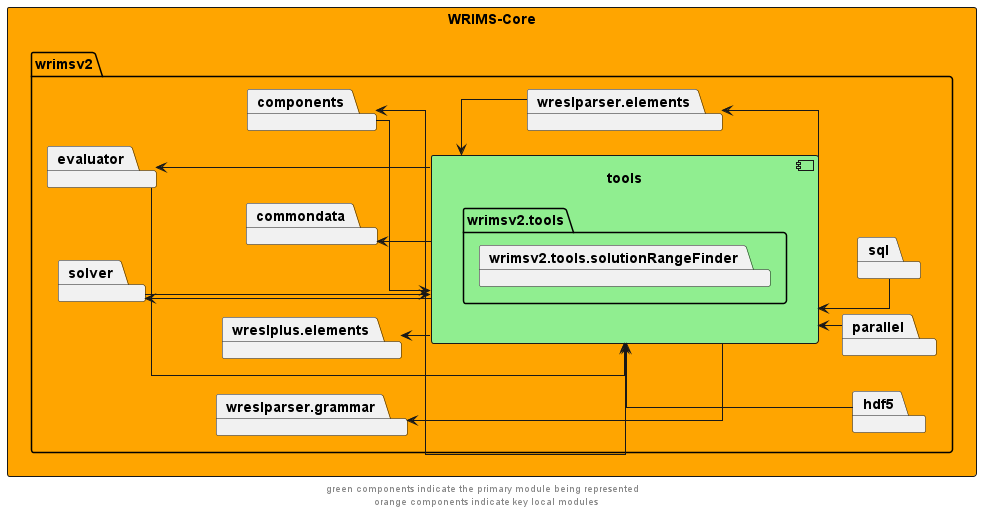
The PlantUML diagram docs/diagrams/wrims-core/wrims-core_tools.png in CentralValleyModeling/wrims, before a commit.
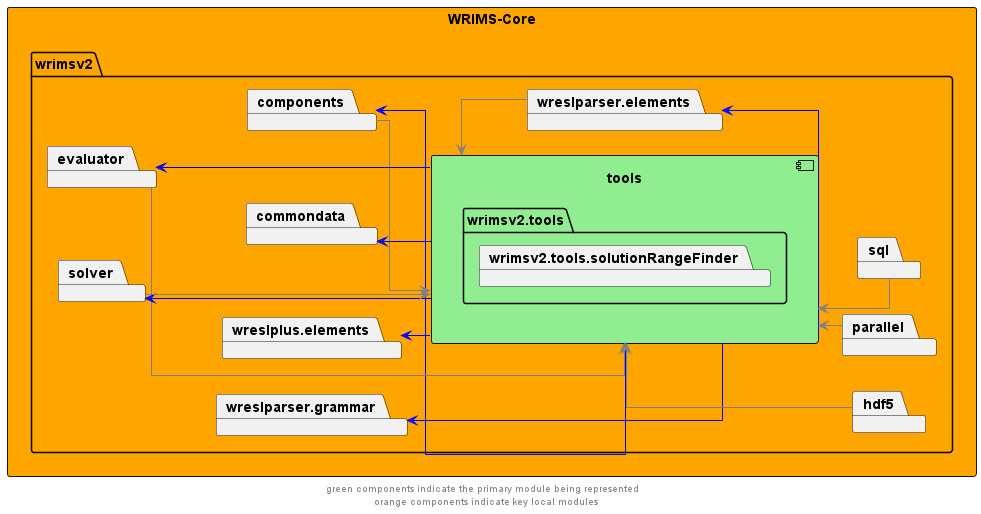
After the change.

Diff of the diagram source:
```diff
@@ -25,22 +25,22 @@
     }
 }
 
-tools -u->  components
-components -->  tools
-tools -l->  evaluator
-evaluator -->  tools
-tools -u->  solver
-solver -->  tools
-tools -r->  wreslparser.elements
-wreslparser.elements -l->  tools
+tools -u->  components #blue
+components -->  tools #grey
+tools -l->  evaluator #blue
+evaluator -->  tools #grey
+tools -u->  solver #blue
+solver -->  tools #grey
+tools -r->  wreslparser.elements #blue
+wreslparser.elements -l->  tools #grey
 
-tools -u->  commondata
-tools -u-> wreslparser.grammar
-tools -u-> wreslplus.elements
+tools -u->  commondata #blue
+tools -u-> wreslparser.grammar #blue
+tools -u-> wreslplus.elements #blue
 
-hdf5 -u->  tools
-parallel -u-> tools
-sql -u-> tools
+hdf5 -u->  tools #grey
+parallel -u-> tools #grey
+sql -u-> tools #grey
 
 components -u[hidden]-> evaluator
 commondata -u[hidden]-> solver
```
